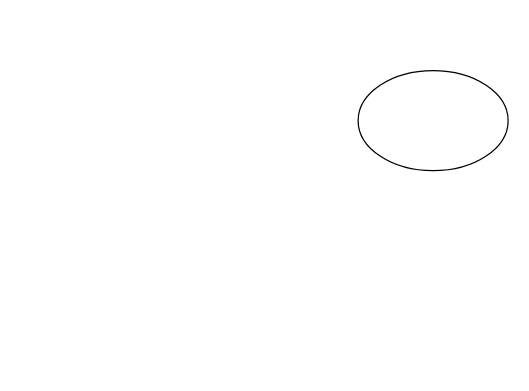
gumartins03/mapa_mental keeps this draw.io diagram as mapa_mental.drawio. Above is the earlier version. Source tidied: cells renumbered, new cells numbered last; positions are measured from the earlier drawing's top-left corner, leaving out a move shared by most shapes. Both pictures are drawn from the tidied source at 125%, with x=0, y=0 at pixel (358, 70).
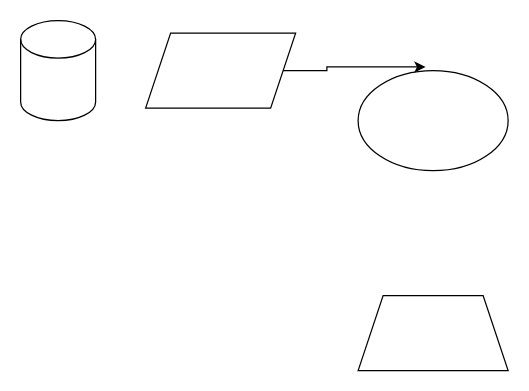
The same diagram, later.

What changed in the source:
```diff
@@
 <mxGraphModel>
   <root>
     <mxCell id="0" />
     <mxCell id="1" parent="0" />
     <mxCell id="2" style="ellipse;whiteSpace=wrap;html=1;" parent="1" vertex="1">
       <mxGeometry width="120" height="80" as="geometry" />
     </mxCell>
+    <mxCell id="3" style="shape=cylinder3;whiteSpace=wrap;html=1;boundedLbl=1;backgroundOutline=1;size=15;" parent="1" vertex="1">
+      <mxGeometry x="-270" y="-40" width="60" height="80" as="geometry" />
+    </mxCell>
+    <mxCell id="4" style="shape=parallelogram;perimeter=parallelogramPerimeter;whiteSpace=wrap;html=1;fixedSize=1;" parent="1" vertex="1">
+      <mxGeometry x="-170" y="-30" width="120" height="60" as="geometry" />
+    </mxCell>
+    <mxCell id="5" style="shape=trapezoid;perimeter=trapezoidPerimeter;whiteSpace=wrap;html=1;fixedSize=1;" parent="1" vertex="1">
+      <mxGeometry y="180" width="120" height="60" as="geometry" />
+    </mxCell>
+    <mxCell id="6" style="edgeStyle=orthogonalEdgeStyle;rounded=0;jettySize=auto;html=1;entryX=0.45;entryY=-0.037;entryDx=0;entryDy=0;entryPerimeter=0;" parent="1" edge="1" source="4" target="2">
+      <mxGeometry relative="1" as="geometry" />
+    </mxCell>
   </root>
 </mxGraphModel>
```
